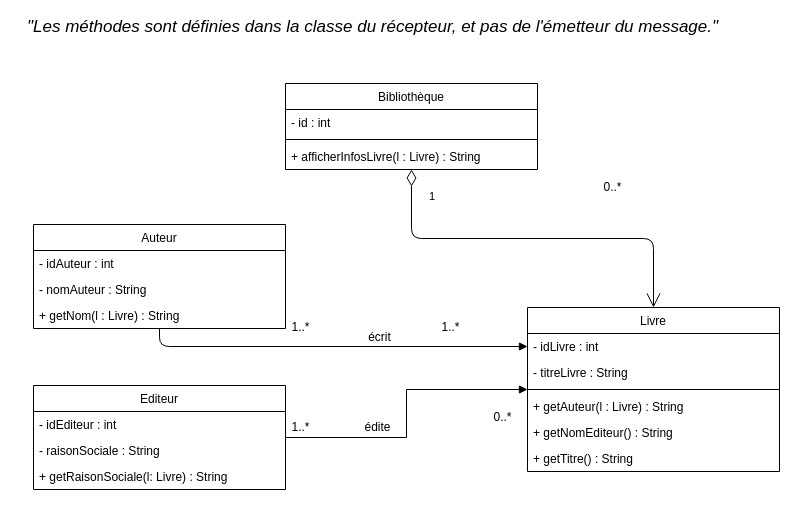
Earlier version of the draw.io diagram page "Exo1" (1 of 8) of DM3.drawio (adambdj/uml). Source tidied: cells renumbered, new cells numbered last; positions are measured from the earlier drawing's top-left corner, leaving out a move shared by most shapes. Both pictures are drawn from the tidied source at 100%, with x=0, y=0 at pixel (17, 17).
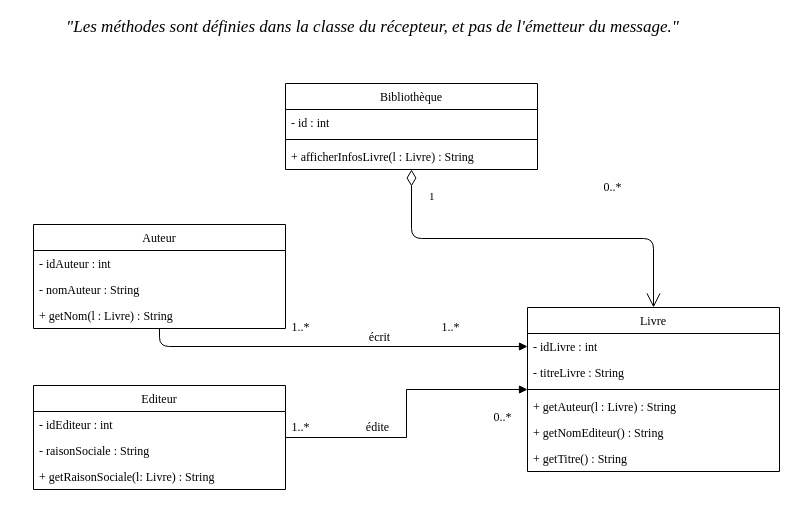
Above is the later version.

The edit, as a diff of the source:
```diff
@@
-    <mxCell id="2" value="Bibliothèque" style="swimlane;fontStyle=0;horizontal=1;startSize=26;fillColor=none;" parent="1" vertex="1">
+    <mxCell id="2" value="Bibliothèque" style="swimlane;fontStyle=0;horizontal=1;startSize=26;fillColor=none;fontFamily=Garamond;" parent="1" vertex="1">
       <mxGeometry x="268" y="66" width="252" height="86" as="geometry" />
     </mxCell>
-    <mxCell id="3" value="- id : int" style="text;strokeColor=none;fillColor=none;align=left;verticalAlign=top;spacingLeft=4;spacingRight=4;overflow=hidden;" parent="2" vertex="1">
+    <mxCell id="3" value="- id : int" style="text;strokeColor=none;fillColor=none;align=left;verticalAlign=top;spacingLeft=4;spacingRight=4;overflow=hidden;fontFamily=Garamond;" parent="2" vertex="1">
       <mxGeometry y="26" width="252" height="26" as="geometry" />
     </mxCell>
-    <mxCell id="4" style="line;strokeWidth=1;fillColor=none;align=left;verticalAlign=middle;spacingTop=-1;spacingLeft=3;spacingRight=3;labelPosition=right;" parent="2" vertex="1">
+    <mxCell id="4" style="line;strokeWidth=1;fillColor=none;align=left;verticalAlign=middle;spacingTop=-1;spacingLeft=3;spacingRight=3;labelPosition=right;fontFamily=Garamond;" parent="2" vertex="1">
       <mxGeometry y="52" width="252" height="8" as="geometry" />
     </mxCell>
-    <mxCell id="5" value="+ afficherInfosLivre(l : Livre) : String" style="text;strokeColor=none;fillColor=none;align=left;verticalAlign=top;spacingLeft=4;spacingRight=4;overflow=hidden;" parent="2" vertex="1">
+    <mxCell id="5" value="+ afficherInfosLivre(l : Livre) : String" style="text;strokeColor=none;fillColor=none;align=left;verticalAlign=top;spacingLeft=4;spacingRight=4;overflow=hidden;fontFamily=Garamond;" parent="2" vertex="1">
       <mxGeometry y="60" width="252" height="26" as="geometry" />
     </mxCell>
-    <mxCell id="6" value="1" style="endArrow=open;html=1;endSize=12;startArrow=diamondThin;startSize=14;startFill=0;edgeStyle=orthogonalEdgeStyle;align=left;verticalAlign=bottom;" parent="1" edge="1" source="2" target="16">
+    <mxCell id="6" value="1" style="endArrow=open;html=1;endSize=12;startArrow=diamondThin;startSize=14;startFill=0;edgeStyle=orthogonalEdgeStyle;align=left;verticalAlign=bottom;fontFamily=Garamond;" parent="1" edge="1" source="2" target="16">
       <mxGeometry x="-0.81" y="16" relative="1" as="geometry" />
     </mxCell>
-    <mxCell id="7" value="&lt;div&gt;0..*&lt;/div&gt;" style="text;html=1;align=center;verticalAlign=middle;" parent="1" vertex="1">
+    <mxCell id="7" value="&lt;div&gt;0..*&lt;/div&gt;" style="text;html=1;align=center;verticalAlign=middle;fontFamily=Garamond;" parent="1" vertex="1">
       <mxGeometry x="580" y="160" width="30" height="20" as="geometry" />
     </mxCell>
-    <mxCell id="8" style="endArrow=block;endFill=1;html=1;edgeStyle=orthogonalEdgeStyle;align=left;verticalAlign=top;entryX=0;entryY=0.5;entryDx=0;entryDy=0;" parent="1" edge="1" source="23" target="17">
+    <mxCell id="8" style="endArrow=block;endFill=1;html=1;edgeStyle=orthogonalEdgeStyle;align=left;verticalAlign=top;entryX=0;entryY=0.5;entryDx=0;entryDy=0;fontFamily=Garamond;" parent="1" edge="1" source="23" target="17">
       <mxGeometry x="-0.01" y="27" relative="1" as="geometry" />
     </mxCell>
-    <mxCell id="9" style="endArrow=block;endFill=1;html=1;edgeStyle=orthogonalEdgeStyle;align=left;verticalAlign=top;rounded=0;" parent="1" edge="1" source="27" target="16">
+    <mxCell id="9" style="endArrow=block;endFill=1;html=1;edgeStyle=orthogonalEdgeStyle;align=left;verticalAlign=top;rounded=0;fontFamily=Garamond;" parent="1" edge="1" source="27" target="16">
       <mxGeometry x="-0.55" relative="1" as="geometry" />
     </mxCell>
-    <mxCell id="10" value="&lt;div&gt;1..*&lt;/div&gt;" style="text;html=1;align=center;verticalAlign=middle;" parent="1" vertex="1">
+    <mxCell id="10" value="&lt;div&gt;1..*&lt;/div&gt;" style="text;html=1;align=center;verticalAlign=middle;fontFamily=Garamond;" parent="1" vertex="1">
       <mxGeometry x="268" y="300" width="30" height="20" as="geometry" />
     </mxCell>
-    <mxCell id="11" value="&lt;div&gt;1..*&lt;/div&gt;" style="text;html=1;align=center;verticalAlign=middle;" parent="1" vertex="1">
+    <mxCell id="11" value="&lt;div&gt;1..*&lt;/div&gt;" style="text;html=1;align=center;verticalAlign=middle;fontFamily=Garamond;" parent="1" vertex="1">
       <mxGeometry x="418" y="300" width="30" height="20" as="geometry" />
     </mxCell>
-    <mxCell id="12" value="1..*" style="text;html=1;align=center;verticalAlign=middle;" parent="1" vertex="1">
+    <mxCell id="12" value="1..*" style="text;html=1;align=center;verticalAlign=middle;fontFamily=Garamond;" parent="1" vertex="1">
       <mxGeometry x="268" y="400" width="30" height="20" as="geometry" />
     </mxCell>
-    <mxCell id="13" value="0..*" style="text;html=1;align=center;verticalAlign=middle;" parent="1" vertex="1">
+    <mxCell id="13" value="0..*" style="text;html=1;align=center;verticalAlign=middle;fontFamily=Garamond;" parent="1" vertex="1">
       <mxGeometry x="470" y="390" width="30" height="20" as="geometry" />
     </mxCell>
-    <mxCell id="14" value="édite" style="text;html=1;align=center;verticalAlign=middle;" parent="1" vertex="1">
+    <mxCell id="14" value="édite" style="text;html=1;align=center;verticalAlign=middle;fontFamily=Garamond;" parent="1" vertex="1">
       <mxGeometry x="340" y="400" width="40" height="20" as="geometry" />
     </mxCell>
-    <mxCell id="15" value="écrit" style="text;html=1;align=center;verticalAlign=middle;" parent="1" vertex="1">
+    <mxCell id="15" value="écrit" style="text;html=1;align=center;verticalAlign=middle;fontFamily=Garamond;" parent="1" vertex="1">
       <mxGeometry x="341.5" y="310" width="40" height="20" as="geometry" />
     </mxCell>
-    <mxCell id="16" value="Livre" style="swimlane;fontStyle=0;horizontal=1;startSize=26;fillColor=none;" parent="1" vertex="1">
+    <mxCell id="16" value="Livre" style="swimlane;fontStyle=0;horizontal=1;startSize=26;fillColor=none;fontFamily=Garamond;" parent="1" vertex="1">
       <mxGeometry x="510" y="290" width="252" height="164" as="geometry" />
     </mxCell>
-    <mxCell id="17" value="- idLivre : int" style="text;strokeColor=none;fillColor=none;align=left;verticalAlign=top;spacingLeft=4;spacingRight=4;overflow=hidden;points=[[0,0.5],[1,0.5]];portConstraint=eastwest;" parent="16" vertex="1">
+    <mxCell id="17" value="- idLivre : int" style="text;strokeColor=none;fillColor=none;align=left;verticalAlign=top;spacingLeft=4;spacingRight=4;overflow=hidden;points=[[0,0.5],[1,0.5]];portConstraint=eastwest;fontFamily=Garamond;" parent="16" vertex="1">
       <mxGeometry y="26" width="252" height="26" as="geometry" />
     </mxCell>
-    <mxCell id="18" value="- titreLivre : String" style="text;strokeColor=none;fillColor=none;align=left;verticalAlign=top;spacingLeft=4;spacingRight=4;overflow=hidden;" parent="16" vertex="1">
+    <mxCell id="18" value="- titreLivre : String" style="text;strokeColor=none;fillColor=none;align=left;verticalAlign=top;spacingLeft=4;spacingRight=4;overflow=hidden;fontFamily=Garamond;" parent="16" vertex="1">
       <mxGeometry y="52" width="252" height="26" as="geometry" />
     </mxCell>
-    <mxCell id="19" style="line;strokeWidth=1;fillColor=none;align=left;verticalAlign=middle;spacingTop=-1;spacingLeft=3;spacingRight=3;labelPosition=right;" parent="16" vertex="1">
+    <mxCell id="19" style="line;strokeWidth=1;fillColor=none;align=left;verticalAlign=middle;spacingTop=-1;spacingLeft=3;spacingRight=3;labelPosition=right;fontFamily=Garamond;" parent="16" vertex="1">
       <mxGeometry y="78" width="252" height="8" as="geometry" />
     </mxCell>
-    <mxCell id="20" value="+ getAuteur(l : Livre) : String" style="text;strokeColor=none;fillColor=none;align=left;verticalAlign=top;spacingLeft=4;spacingRight=4;overflow=hidden;" parent="16" vertex="1">
+    <mxCell id="20" value="+ getAuteur(l : Livre) : String" style="text;strokeColor=none;fillColor=none;align=left;verticalAlign=top;spacingLeft=4;spacingRight=4;overflow=hidden;fontFamily=Garamond;" parent="16" vertex="1">
       <mxGeometry y="86" width="252" height="26" as="geometry" />
     </mxCell>
-    <mxCell id="21" value="+ getNomEditeur() : String" style="text;strokeColor=none;fillColor=none;align=left;verticalAlign=top;spacingLeft=4;spacingRight=4;overflow=hidden;" parent="16" vertex="1">
+    <mxCell id="21" value="+ getNomEditeur() : String" style="text;strokeColor=none;fillColor=none;align=left;verticalAlign=top;spacingLeft=4;spacingRight=4;overflow=hidden;fontFamily=Garamond;" parent="16" vertex="1">
       <mxGeometry y="112" width="252" height="26" as="geometry" />
     </mxCell>
-    <mxCell id="22" value="+ getTitre() : String" style="text;strokeColor=none;fillColor=none;align=left;verticalAlign=top;spacingLeft=4;spacingRight=4;overflow=hidden;" parent="16" vertex="1">
+    <mxCell id="22" value="+ getTitre() : String" style="text;strokeColor=none;fillColor=none;align=left;verticalAlign=top;spacingLeft=4;spacingRight=4;overflow=hidden;fontFamily=Garamond;" parent="16" vertex="1">
       <mxGeometry y="138" width="252" height="26" as="geometry" />
     </mxCell>
-    <mxCell id="23" value="Auteur" style="swimlane;fontStyle=0;horizontal=1;startSize=26;fillColor=none;" parent="1" vertex="1">
+    <mxCell id="23" value="Auteur" style="swimlane;fontStyle=0;horizontal=1;startSize=26;fillColor=none;fontFamily=Garamond;" parent="1" vertex="1">
       <mxGeometry x="16" y="207" width="252" height="104" as="geometry" />
     </mxCell>
-    <mxCell id="24" value="- idAuteur : int" style="text;strokeColor=none;fillColor=none;align=left;verticalAlign=top;spacingLeft=4;spacingRight=4;overflow=hidden;" parent="23" vertex="1">
+    <mxCell id="24" value="- idAuteur : int" style="text;strokeColor=none;fillColor=none;align=left;verticalAlign=top;spacingLeft=4;spacingRight=4;overflow=hidden;fontFamily=Garamond;" parent="23" vertex="1">
       <mxGeometry y="26" width="252" height="26" as="geometry" />
     </mxCell>
-    <mxCell id="25" value="- nomAuteur : String" style="text;strokeColor=none;fillColor=none;align=left;verticalAlign=top;spacingLeft=4;spacingRight=4;overflow=hidden;" parent="23" vertex="1">
+    <mxCell id="25" value="- nomAuteur : String" style="text;strokeColor=none;fillColor=none;align=left;verticalAlign=top;spacingLeft=4;spacingRight=4;overflow=hidden;fontFamily=Garamond;" parent="23" vertex="1">
       <mxGeometry y="52" width="252" height="26" as="geometry" />
     </mxCell>
-    <mxCell id="26" value="+ getNom(l : Livre) : String" style="text;strokeColor=none;fillColor=none;align=left;verticalAlign=top;spacingLeft=4;spacingRight=4;overflow=hidden;" parent="23" vertex="1">
+    <mxCell id="26" value="+ getNom(l : Livre) : String" style="text;strokeColor=none;fillColor=none;align=left;verticalAlign=top;spacingLeft=4;spacingRight=4;overflow=hidden;fontFamily=Garamond;" parent="23" vertex="1">
       <mxGeometry y="78" width="252" height="26" as="geometry" />
     </mxCell>
-    <mxCell id="27" value="Editeur" style="swimlane;fontStyle=0;horizontal=1;startSize=26;fillColor=none;" parent="1" vertex="1">
+    <mxCell id="27" value="Editeur" style="swimlane;fontStyle=0;horizontal=1;startSize=26;fillColor=none;fontFamily=Garamond;" parent="1" vertex="1">
       <mxGeometry x="16" y="368" width="252" height="104" as="geometry" />
     </mxCell>
-    <mxCell id="28" value="- idEditeur : int" style="text;strokeColor=none;fillColor=none;align=left;verticalAlign=top;spacingLeft=4;spacingRight=4;overflow=hidden;" parent="27" vertex="1">
+    <mxCell id="28" value="- idEditeur : int" style="text;strokeColor=none;fillColor=none;align=left;verticalAlign=top;spacingLeft=4;spacingRight=4;overflow=hidden;fontFamily=Garamond;" parent="27" vertex="1">
       <mxGeometry y="26" width="252" height="26" as="geometry" />
     </mxCell>
-    <mxCell id="29" value="- raisonSociale : String" style="text;strokeColor=none;fillColor=none;align=left;verticalAlign=top;spacingLeft=4;spacingRight=4;overflow=hidden;" parent="27" vertex="1">
+    <mxCell id="29" value="- raisonSociale : String" style="text;strokeColor=none;fillColor=none;align=left;verticalAlign=top;spacingLeft=4;spacingRight=4;overflow=hidden;fontFamily=Garamond;" parent="27" vertex="1">
       <mxGeometry y="52" width="252" height="26" as="geometry" />
     </mxCell>
-    <mxCell id="30" value="+ getRaisonSociale(l: Livre) : String" style="text;strokeColor=none;fillColor=none;align=left;verticalAlign=top;spacingLeft=4;spacingRight=4;overflow=hidden;" parent="27" vertex="1">
+    <mxCell id="30" value="+ getRaisonSociale(l: Livre) : String" style="text;strokeColor=none;fillColor=none;align=left;verticalAlign=top;spacingLeft=4;spacingRight=4;overflow=hidden;fontFamily=Garamond;" parent="27" vertex="1">
       <mxGeometry y="78" width="252" height="26" as="geometry" />
     </mxCell>
-    <mxCell id="31" value="&lt;font style=&quot;font-size: 17px&quot;&gt;&lt;i&gt;&quot;Les méthodes sont définies dans la classe du récepteur, et pas de l'émetteur du message.&quot;&lt;/i&gt;&lt;/font&gt;" style="text;html=1;align=center;verticalAlign=middle;" parent="1" vertex="1">
-      <mxGeometry width="710" height="20" as="geometry" />
+    <mxCell id="31" value="&lt;font style=&quot;font-size: 17px&quot;&gt;&lt;i&gt;&quot;Les méthodes sont définies dans la classe du récepteur, et pas de l'émetteur du message.&quot;&lt;/i&gt;&lt;/font&gt;" style="text;html=1;align=center;verticalAlign=middle;fontFamily=Garamond;" parent="1" vertex="1">
+      <mxGeometry x="40" width="630" height="20" as="geometry" />
     </mxCell>
```
